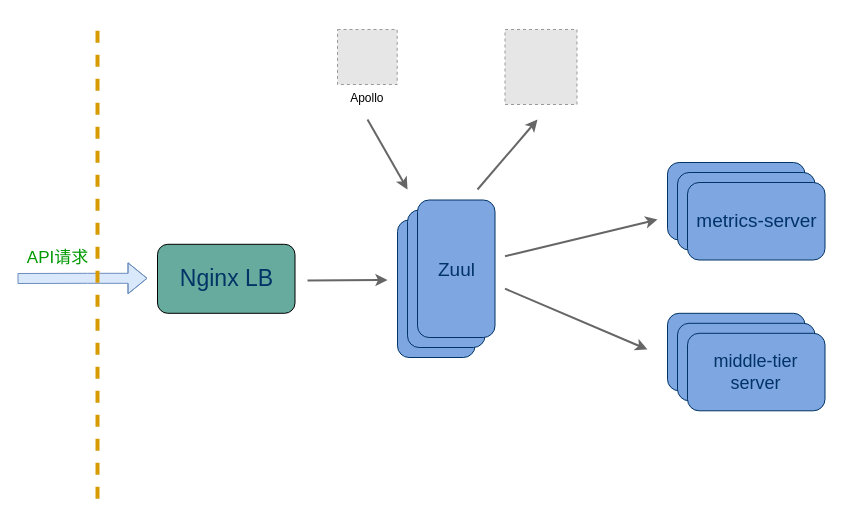
The draw.io diagram top-zuul.drawio.xml in MrtKing/draw.io, before the edit. Source tidied: cells renumbered, new cells numbered last; positions are measured from the earlier drawing's top-left corner, leaving out a move shared by most shapes. Both pictures are drawn from the tidied source at 100%, with x=0, y=0 at pixel (17, 18). Pictures stored in the file or linked from it are replaced by grey dashed boxes.
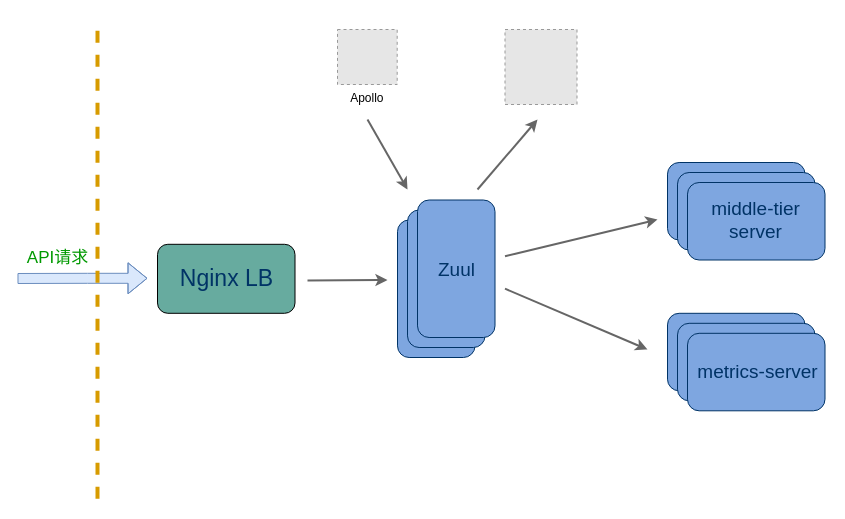
Above is the later version.

What changed in the source:
```diff
@@
-    <mxCell id="24" value="&lt;font color=&quot;#003366&quot; style=&quot;font-size: 18px&quot;&gt;middle-tier&lt;br&gt;server&lt;/font&gt;" style="text;html=1;align=center;verticalAlign=middle;" parent="1" vertex="1">
-      <mxGeometry x="687.5" y="333.5" width="100" height="40" as="geometry" />
+    <mxCell id="24" value="&lt;font color=&quot;#003366&quot; style=&quot;font-size: 19px&quot;&gt;middle-tier&lt;br&gt;server&lt;/font&gt;" style="text;html=1;align=center;verticalAlign=middle;" parent="1" vertex="1">
+      <mxGeometry x="687.5" y="181.5" width="100" height="40" as="geometry" />
     </mxCell>
     <mxCell id="25" value="&lt;font color=&quot;#003366&quot; style=&quot;font-size: 19px&quot;&gt;metrics-server&lt;/font&gt;" style="text;html=1;align=center;verticalAlign=middle;" parent="1" vertex="1">
-      <mxGeometry x="668.8" y="192.8" width="140" height="20" as="geometry" />
+      <mxGeometry x="670" y="343.5" width="140" height="20" as="geometry" />
     </mxCell>
```
